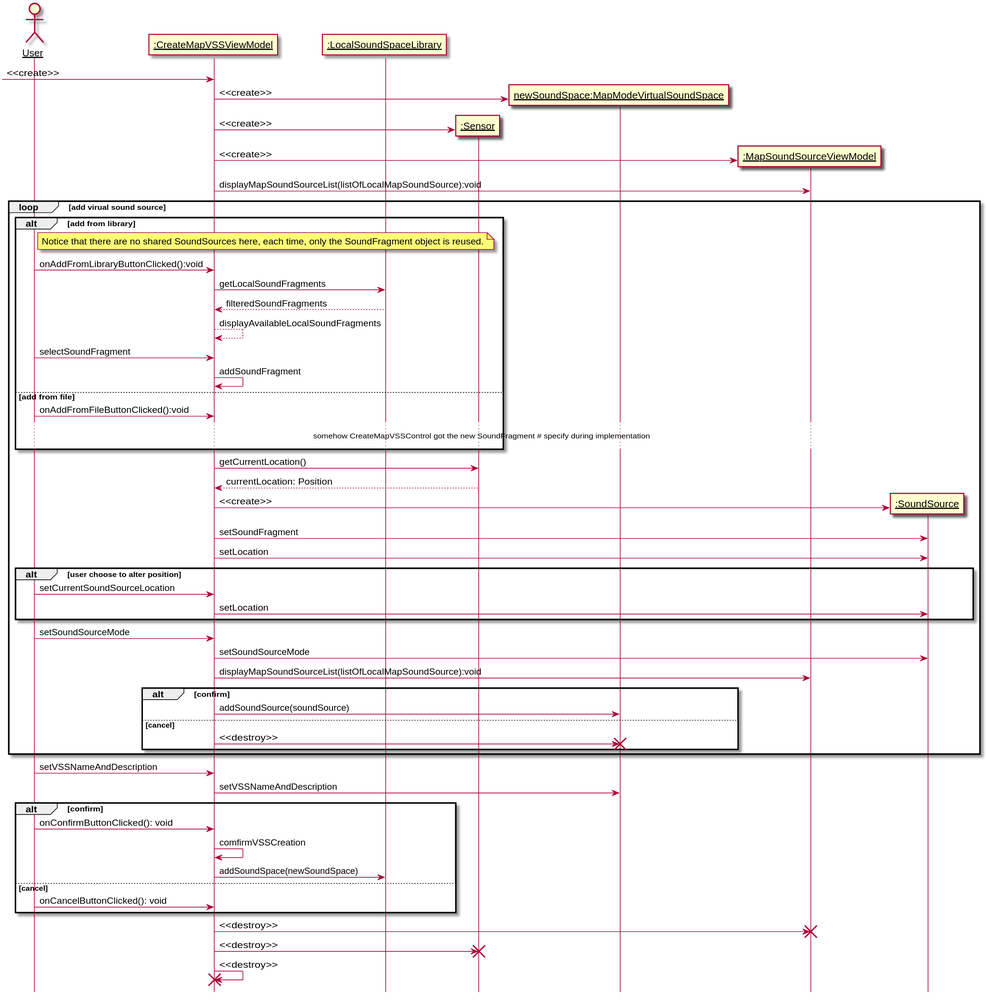
Earlier version of the PlantUML export 设计/Diagrams/CreateMapModeVSS.svg (kpp19920121/doc).
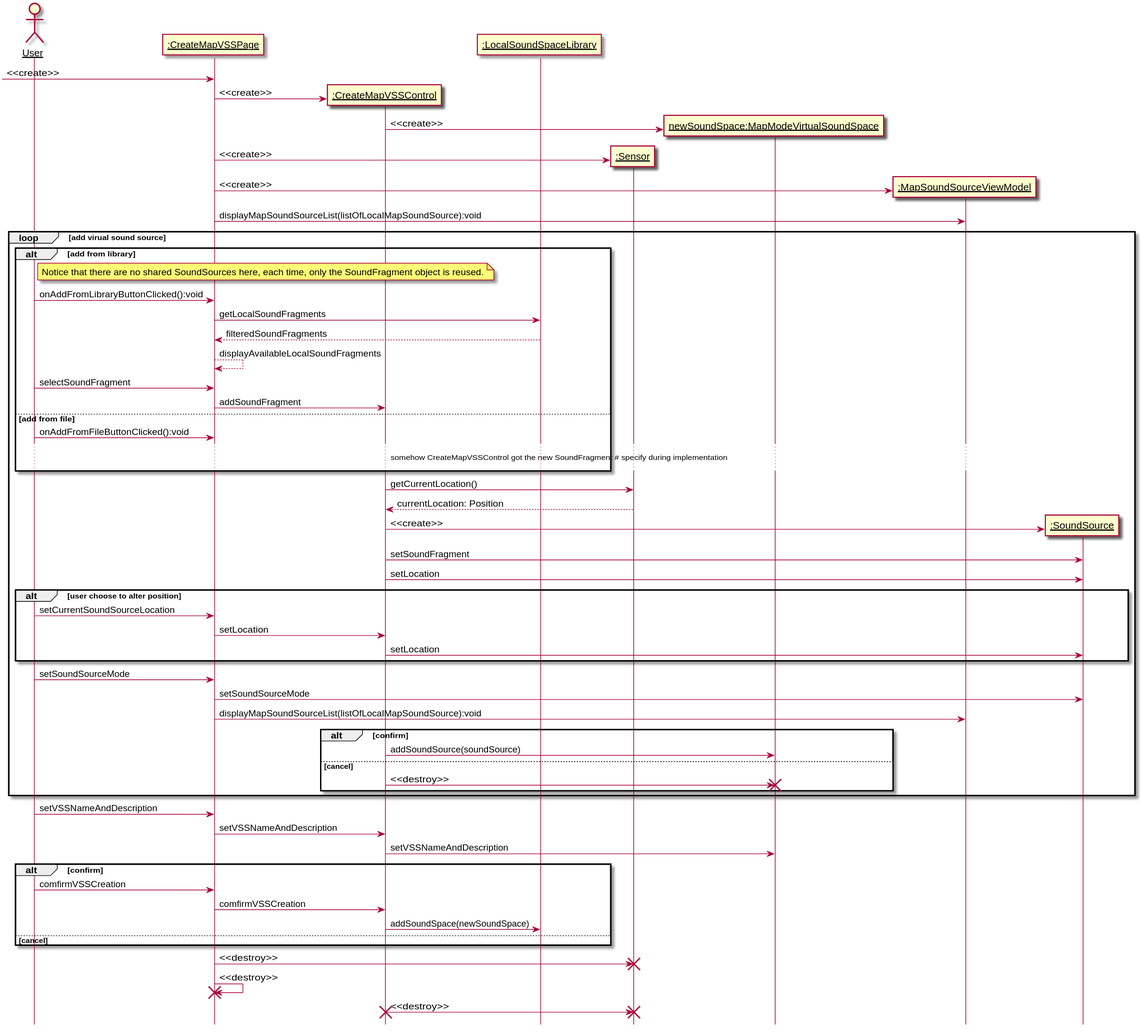
The same file after the commit.

Diff of the diagram source:
```diff
@@ -4,15 +4,18 @@
 
 
 actor User as user
-participant ":CreateMapVSSViewModel" as createboundary
+participant ":CreateMapVSSPage" as createboundary
+participant ":CreateMapVSSControl" as createcontrol
 participant ":LocalSoundSpaceLibrary" as library
 participant ":Sensor" as sensor
 participant "newSoundSpace:MapModeVirtualSoundSpace" as newspace
 
 
 [-> createboundary: <<create>>
+create createcontrol
+createboundary -> createcontrol: <<create>>
 create newspace
-createboundary -> newspace: <<create>>
+createcontrol -> newspace: <<create>>
 create sensor
 createboundary -> sensor: <<create>>
 participant ":MapSoundSourceViewModel" as mssv
@@ -27,50 +30,52 @@
         library --> createboundary: filteredSoundFragments
         createboundary --> createboundary: displayAvailableLocalSoundFragments
         user -> createboundary: selectSoundFragment
-        createboundary -> createboundary: addSoundFragment
+        createboundary -> createcontrol: addSoundFragment
     else add from file
         user -> createboundary: onAddFromFileButtonClicked():void
         ...somehow CreateMapVSSControl got the new SoundFragment # specify during implementation...
 
     end
 
-    createboundary -> sensor: getCurrentLocation()
-    sensor --> createboundary: currentLocation: Position
+    createcontrol -> sensor: getCurrentLocation()
+    sensor --> createcontrol: currentLocation: Position
 
     participant ":SoundSource" as source
     create source
-    createboundary -> source: <<create>>
-    createboundary -> source: setSoundFragment
-    createboundary -> source: setLocation
+    createcontrol -> source: <<create>>
+    createcontrol -> source: setSoundFragment
+    createcontrol -> source: setLocation
 
     alt user choose to alter position
         user -> createboundary: setCurrentSoundSourceLocation
-        createboundary -> source: setLocation
+        createboundary -> createcontrol : setLocation
+        createcontrol -> source: setLocation
     end
     user -> createboundary: setSoundSourceMode
     createboundary -> source: setSoundSourceMode
     createboundary -> mssv: displayMapSoundSourceList(listOfLocalMapSoundSource):void
     alt confirm
-        createboundary -> newspace: addSoundSource(soundSource)
+        createcontrol -> newspace: addSoundSource(soundSource)
     else cancel
-        createboundary -> newspace: <<destroy>>
+        createcontrol -> newspace: <<destroy>>
         destroy newspace
     end
 end
 user -> createboundary: setVSSNameAndDescription
-createboundary -> newspace: setVSSNameAndDescription
+createboundary -> createcontrol: setVSSNameAndDescription
+createcontrol -> newspace: setVSSNameAndDescription
 alt confirm
-    user -> createboundary: onConfirmButtonClicked(): void
-    createboundary -> createboundary: comfirmVSSCreation
-    createboundary -> library: addSoundSpace(newSoundSpace)
+    user -> createboundary: comfirmVSSCreation
+    createboundary -> createcontrol: comfirmVSSCreation
+    createcontrol -> library: addSoundSpace(newSoundSpace)
 else cancel
-    user -> createboundary: onCancelButtonClicked(): void
+
 end
-
-createboundary -> mssv: <<destroy>>
-destroy mssv
 createboundary -> sensor: <<destroy>>
 destroy sensor
 createboundary -> createboundary: <<destroy>>
 destroy createboundary
+createcontrol -> sensor: <<destroy>>
+destroy sensor
+destroy createcontrol
 @enduml
```
